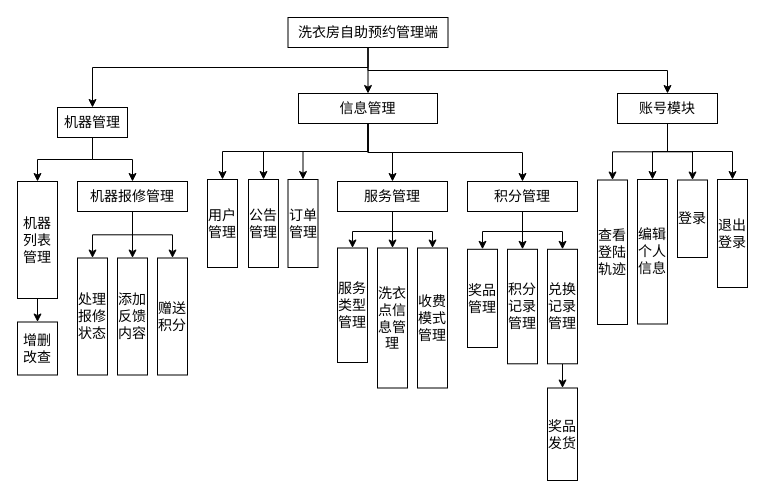
Earlier version of the draw.io diagram 管理端功能模块图.drawio (mochaDMQ/myPicture). Source tidied: cells renumbered, new cells numbered last; positions are measured from the earlier drawing's top-left corner, leaving out a move shared by most shapes. Both pictures are drawn from the tidied source at 100%, with x=0, y=0 at pixel (17, 17).
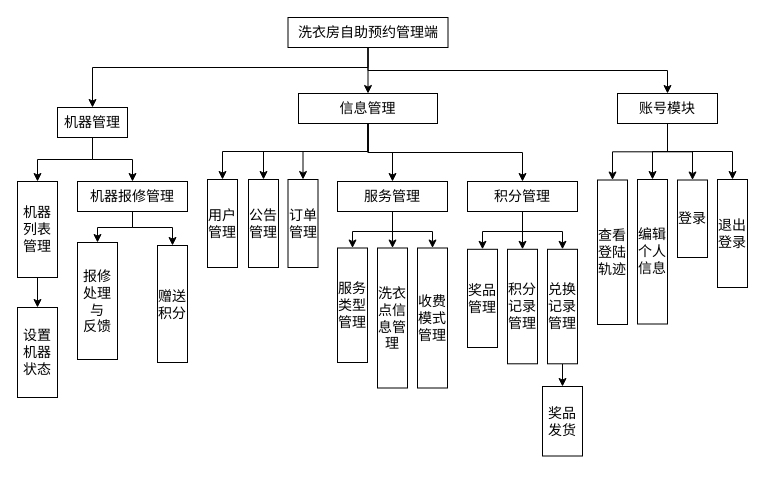
After the change.

Commit message:
更新管理端功能模块图.drawio

Unchanged cells that the change refers to:
```xml
<mxCell id="37" value="机器报修管理" style="rounded=0;whiteSpace=wrap;html=1;fontSize=14;fontFamily=宋体;" parent="1" vertex="1">
  <mxGeometry x="60" y="164" width="110" height="30" as="geometry" />
</mxCell>
```

Change to the diagram source:
```diff
@@
-    <mxCell id="21" style="edgeStyle=orthogonalEdgeStyle;rounded=0;jettySize=auto;html=1;exitX=1;exitY=0.5;exitDx=0;exitDy=0;entryX=0;entryY=0.5;entryDx=0;entryDy=0;" parent="1" edge="1" source="22" target="25">
-      <mxGeometry relative="1" as="geometry" />
-    </mxCell>
+    <mxCell id="53" style="edgeStyle=orthogonalEdgeStyle;rounded=0;jettySize=auto;html=1;exitX=1;exitY=0.5;exitDx=0;exitDy=0;" parent="1" edge="1" source="22" target="54">
+      <mxGeometry relative="1" as="geometry" />
+    </mxCell>
     <mxCell id="22" value="机器列表管理" style="rounded=0;whiteSpace=wrap;html=1;fontSize=14;fontFamily=宋体;direction=south;horizontal=1;spacingTop=0;spacingBottom=0;spacing=2;" parent="1" vertex="1">
-      <mxGeometry y="164" width="40" height="117" as="geometry" />
+      <mxGeometry y="164" width="40" height="96" as="geometry" />
     </mxCell>
@@
-    <mxCell id="25" value="增删改查" style="rounded=0;whiteSpace=wrap;html=1;fontSize=14;fontFamily=宋体;direction=south;horizontal=1;spacingTop=0;spacingBottom=0;spacing=2;" parent="1" vertex="1">
-      <mxGeometry y="304.5" width="40" height="53" as="geometry" />
-    </mxCell>
@@
-    <mxCell id="30" value="处理报修状态" style="rounded=0;whiteSpace=wrap;html=1;fontSize=14;fontFamily=宋体;direction=south;horizontal=1;spacingTop=0;spacingBottom=0;spacing=2;" parent="1" vertex="1">
-      <mxGeometry x="60" y="240.5" width="30" height="117" as="geometry" />
+    <mxCell id="30" value="报修处理与&lt;div&gt;反馈&lt;/div&gt;" style="rounded=0;whiteSpace=wrap;html=1;fontSize=14;fontFamily=宋体;direction=south;horizontal=1;spacingTop=0;spacingBottom=0;spacing=2;" parent="1" vertex="1">
+      <mxGeometry x="60" y="225" width="40" height="117" as="geometry" />
     </mxCell>
-    <mxCell id="31" value="添加反馈内容" style="rounded=0;whiteSpace=wrap;html=1;fontSize=14;fontFamily=宋体;direction=south;horizontal=1;spacingTop=0;spacingBottom=0;spacing=2;" parent="1" vertex="1">
-      <mxGeometry x="100" y="240.5" width="30" height="117" as="geometry" />
-    </mxCell>
     <mxCell id="32" value="赠送积分" style="rounded=0;whiteSpace=wrap;html=1;fontSize=14;fontFamily=宋体;direction=south;horizontal=1;spacingTop=0;spacingBottom=0;spacing=2;" parent="1" vertex="1">
-      <mxGeometry x="140" y="240.5" width="30" height="117" as="geometry" />
+      <mxGeometry x="140" y="228" width="30" height="117" as="geometry" />
     </mxCell>
@@
-    <mxCell id="34" style="edgeStyle=orthogonalEdgeStyle;rounded=0;jettySize=auto;html=1;exitX=0.5;exitY=1;exitDx=0;exitDy=0;entryX=0;entryY=0.5;entryDx=0;entryDy=0;" parent="1" edge="1" source="37" target="30">
-      <mxGeometry relative="1" as="geometry" />
+    <mxCell id="34" style="edgeStyle=orthogonalEdgeStyle;rounded=0;jettySize=auto;html=1;exitX=0.5;exitY=1;exitDx=0;exitDy=0;" parent="1" edge="1" source="37" target="30">
+      <mxGeometry relative="1" as="geometry">
+        <Array as="points">
+          <mxPoint x="115" y="210" />
+          <mxPoint x="80" y="210" />
+        </Array>
+      </mxGeometry>
     </mxCell>
-    <mxCell id="35" style="edgeStyle=orthogonalEdgeStyle;rounded=0;jettySize=auto;html=1;exitX=0.5;exitY=1;exitDx=0;exitDy=0;entryX=0;entryY=0.5;entryDx=0;entryDy=0;" parent="1" edge="1" source="37" target="31">
-      <mxGeometry relative="1" as="geometry" />
-    </mxCell>
     <mxCell id="36" style="edgeStyle=orthogonalEdgeStyle;rounded=0;jettySize=auto;html=1;exitX=0.5;exitY=1;exitDx=0;exitDy=0;entryX=0;entryY=0.5;entryDx=0;entryDy=0;" parent="1" edge="1" source="37" target="32">
-      <mxGeometry relative="1" as="geometry" />
+      <mxGeometry relative="1" as="geometry">
+        <Array as="points">
+          <mxPoint x="115" y="210" />
+          <mxPoint x="155" y="210" />
+        </Array>
+      </mxGeometry>
     </mxCell>
@@
     <mxCell id="52" value="奖品发货" style="rounded=0;whiteSpace=wrap;html=1;fontSize=14;fontFamily=宋体;direction=west;horizontal=1;spacingTop=0;spacingBottom=0;spacing=2;" parent="1" vertex="1">
-      <mxGeometry x="530" y="370.5" width="30" height="92.5" as="geometry" />
+      <mxGeometry x="525" y="369" width="40" height="69.5" as="geometry" />
     </mxCell>
+    <mxCell id="54" value="设置机器状态" style="rounded=0;whiteSpace=wrap;html=1;fontSize=14;fontFamily=宋体;direction=south;horizontal=1;spacingTop=0;spacingBottom=0;spacing=2;" parent="1" vertex="1">
+      <mxGeometry y="290" width="40" height="90" as="geometry" />
+    </mxCell>
```
